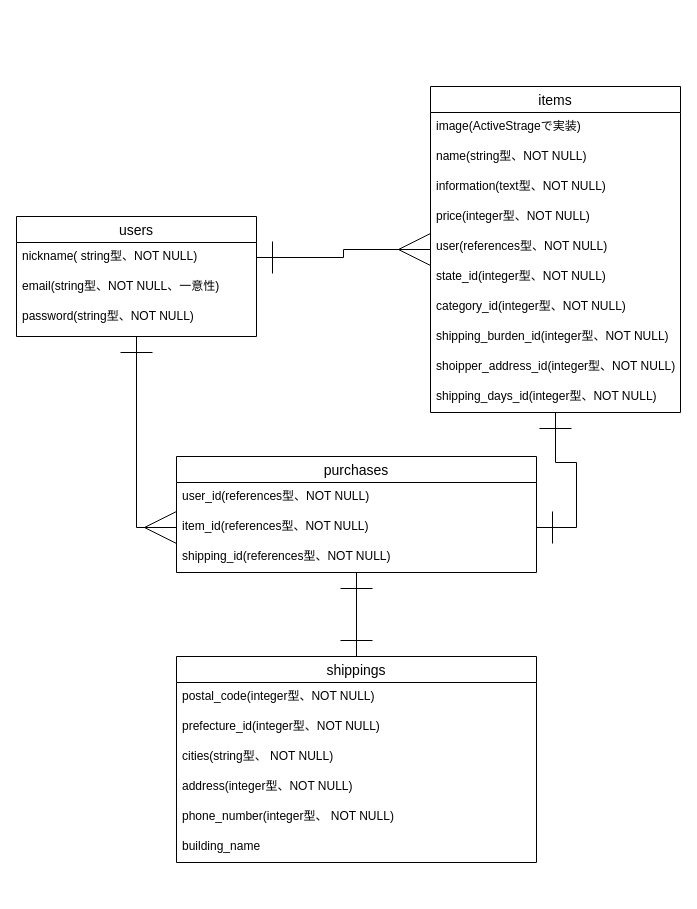
kenshin-kaitou/furima-32471 keeps this draw.io diagram as .dio. Above is the earlier version. Source tidied: cells renumbered, new cells numbered last; positions are measured from the earlier drawing's top-left corner, leaving out a move shared by most shapes. Both pictures are drawn from the tidied source at 100%, with x=0, y=0 at pixel (16, 86).
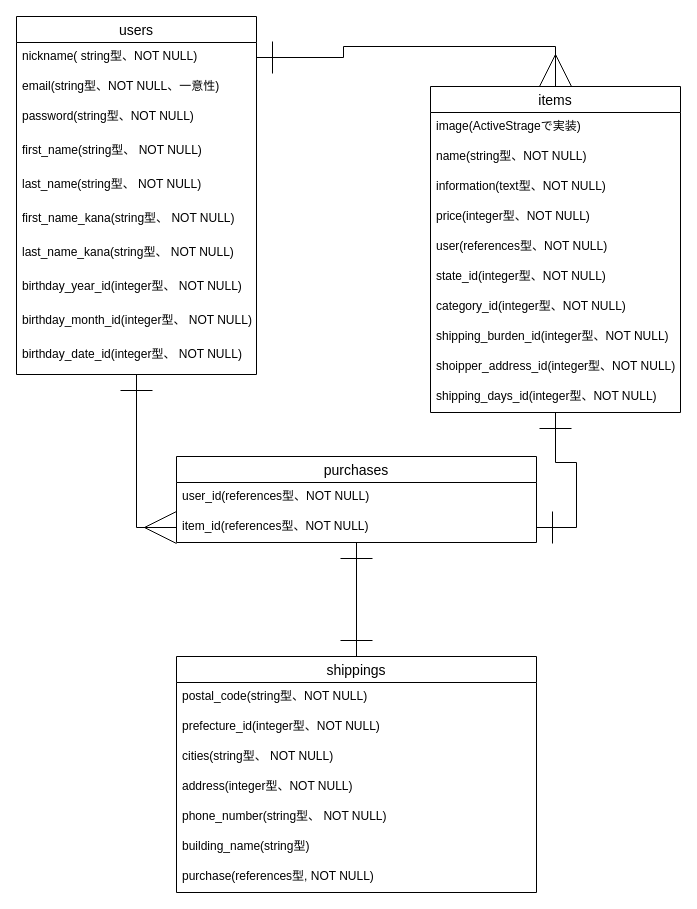
The same diagram, later.

Commit message (it also covers changes not shown here):
READMEとER図の修正

Change to the diagram source:
```diff
@@
-    <mxCell id="3" value="users" style="swimlane;fontStyle=0;horizontal=1;startSize=26;align=center;fontSize=14;" parent="1" vertex="1">
-      <mxGeometry y="130" width="240" height="120" as="geometry" />
-    </mxCell>
-    <mxCell id="4" value="nickname( string型、NOT NULL)" style="text;strokeColor=none;fillColor=none;spacingLeft=4;spacingRight=4;overflow=hidden;points=[[0,0.5],[1,0.5]];portConstraint=eastwest;fontSize=12;" parent="3" vertex="1">
-      <mxGeometry y="26" width="240" height="30" as="geometry" />
-    </mxCell>
-    <mxCell id="5" value="email(string型、NOT NULL、一意性)" style="text;strokeColor=none;fillColor=none;spacingLeft=4;spacingRight=4;overflow=hidden;fontSize=12;" parent="3" vertex="1">
-      <mxGeometry y="56" width="240" height="30" as="geometry" />
-    </mxCell>
-    <mxCell id="6" value="password(string型、NOT NULL)" style="text;strokeColor=none;fillColor=none;spacingLeft=4;spacingRight=4;overflow=hidden;fontSize=12;" parent="3" vertex="1">
-      <mxGeometry y="86" width="240" height="34" as="geometry" />
-    </mxCell>
@@
     <mxCell id="9" value="purchases" style="swimlane;fontStyle=0;horizontal=1;startSize=26;align=center;fontSize=14;" parent="1" vertex="1">
-      <mxGeometry x="160" y="370" width="360" height="116" as="geometry" />
+      <mxGeometry x="160" y="370" width="360" height="86" as="geometry" />
     </mxCell>
@@
-    <mxCell id="12" value="shipping_id(references型、NOT NULL)" style="text;strokeColor=none;fillColor=none;spacingLeft=4;spacingRight=4;overflow=hidden;fontSize=12;" parent="9" vertex="1">
-      <mxGeometry y="86" width="360" height="30" as="geometry" />
-    </mxCell>
     <mxCell id="13" value="shippings" style="swimlane;fontStyle=0;horizontal=1;startSize=26;align=center;fontSize=14;" parent="1" vertex="1">
-      <mxGeometry x="160" y="570" width="360" height="206" as="geometry" />
+      <mxGeometry x="160" y="570" width="360" height="236" as="geometry" />
     </mxCell>
-    <mxCell id="14" value="postal_code(integer型、NOT NULL)" style="text;strokeColor=none;fillColor=none;spacingLeft=4;spacingRight=4;overflow=hidden;fontSize=12;" parent="13" vertex="1">
+    <mxCell id="14" value="postal_code(string型、NOT NULL)" style="text;strokeColor=none;fillColor=none;spacingLeft=4;spacingRight=4;overflow=hidden;fontSize=12;" parent="13" vertex="1">
       <mxGeometry y="26" width="360" height="30" as="geometry" />
     </mxCell>
@@
-    <mxCell id="18" value="phone_number(integer型、 NOT NULL)" style="text;strokeColor=none;fillColor=none;spacingLeft=4;spacingRight=4;overflow=hidden;fontSize=12;" parent="13" vertex="1">
+    <mxCell id="18" value="phone_number(string型、 NOT NULL)" style="text;strokeColor=none;fillColor=none;spacingLeft=4;spacingRight=4;overflow=hidden;fontSize=12;" parent="13" vertex="1">
       <mxGeometry y="146" width="360" height="30" as="geometry" />
     </mxCell>
-    <mxCell id="19" value="building_name" style="text;strokeColor=none;fillColor=none;spacingLeft=4;spacingRight=4;overflow=hidden;fontSize=12;" parent="13" vertex="1">
+    <mxCell id="19" value="building_name(string型)" style="text;strokeColor=none;fillColor=none;spacingLeft=4;spacingRight=4;overflow=hidden;fontSize=12;" parent="13" vertex="1">
       <mxGeometry y="176" width="360" height="30" as="geometry" />
     </mxCell>
+    <mxCell id="32" value="purchase(references型, NOT NULL)" style="text;strokeColor=none;fillColor=none;spacingLeft=4;spacingRight=4;overflow=hidden;fontSize=12;" parent="13" vertex="1">
+      <mxGeometry y="206" width="360" height="30" as="geometry" />
+    </mxCell>
@@
+    <mxCell id="3" value="users" style="swimlane;fontStyle=0;horizontal=1;startSize=26;align=center;fontSize=14;" parent="1" vertex="1">
+      <mxGeometry y="-70" width="240" height="358" as="geometry" />
+    </mxCell>
+    <mxCell id="4" value="nickname( string型、NOT NULL)" style="text;strokeColor=none;fillColor=none;spacingLeft=4;spacingRight=4;overflow=hidden;points=[[0,0.5],[1,0.5]];portConstraint=eastwest;fontSize=12;" parent="3" vertex="1">
+      <mxGeometry y="26" width="240" height="30" as="geometry" />
+    </mxCell>
+    <mxCell id="5" value="email(string型、NOT NULL、一意性)" style="text;strokeColor=none;fillColor=none;spacingLeft=4;spacingRight=4;overflow=hidden;fontSize=12;" parent="3" vertex="1">
+      <mxGeometry y="56" width="240" height="30" as="geometry" />
+    </mxCell>
+    <mxCell id="6" value="password(string型、NOT NULL)" style="text;strokeColor=none;fillColor=none;spacingLeft=4;spacingRight=4;overflow=hidden;fontSize=12;" parent="3" vertex="1">
+      <mxGeometry y="86" width="240" height="34" as="geometry" />
+    </mxCell>
+    <mxCell id="33" value="first_name(string型、 NOT NULL)" style="text;strokeColor=none;fillColor=none;spacingLeft=4;spacingRight=4;overflow=hidden;fontSize=12;" parent="3" vertex="1">
+      <mxGeometry y="120" width="240" height="34" as="geometry" />
+    </mxCell>
+    <mxCell id="34" value="last_name(string型、 NOT NULL)" style="text;strokeColor=none;fillColor=none;spacingLeft=4;spacingRight=4;overflow=hidden;fontSize=12;" parent="3" vertex="1">
+      <mxGeometry y="154" width="240" height="34" as="geometry" />
+    </mxCell>
+    <mxCell id="35" value="first_name_kana(string型、 NOT NULL)" style="text;strokeColor=none;fillColor=none;spacingLeft=4;spacingRight=4;overflow=hidden;fontSize=12;" parent="3" vertex="1">
+      <mxGeometry y="188" width="240" height="34" as="geometry" />
+    </mxCell>
+    <mxCell id="36" value="last_name_kana(string型、 NOT NULL)" style="text;strokeColor=none;fillColor=none;spacingLeft=4;spacingRight=4;overflow=hidden;fontSize=12;" parent="3" vertex="1">
+      <mxGeometry y="222" width="240" height="34" as="geometry" />
+    </mxCell>
+    <mxCell id="37" value="birthday_year_id(integer型、 NOT NULL)" style="text;strokeColor=none;fillColor=none;spacingLeft=4;spacingRight=4;overflow=hidden;fontSize=12;" parent="3" vertex="1">
+      <mxGeometry y="256" width="240" height="34" as="geometry" />
+    </mxCell>
+    <mxCell id="38" value="birthday_month_id(integer型、 NOT NULL)" style="text;strokeColor=none;fillColor=none;spacingLeft=4;spacingRight=4;overflow=hidden;fontSize=12;" parent="3" vertex="1">
+      <mxGeometry y="290" width="240" height="34" as="geometry" />
+    </mxCell>
+    <mxCell id="39" value="birthday_date_id(integer型、 NOT NULL)" style="text;strokeColor=none;fillColor=none;spacingLeft=4;spacingRight=4;overflow=hidden;fontSize=12;" parent="3" vertex="1">
+      <mxGeometry y="324" width="240" height="34" as="geometry" />
+    </mxCell>
```
